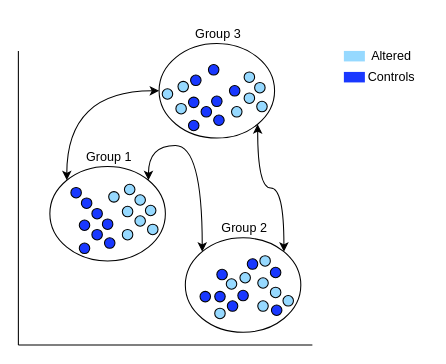
This is images/DEwithinGroups.drawio from josura/SCAPE, a draw.io file, before an edit. Source tidied: cells renumbered, new cells numbered last; positions are measured from the earlier drawing's top-left corner, leaving out a move shared by most shapes. Both pictures are drawn from the tidied source at 105%, with x=0, y=0 at pixel (18, 18).
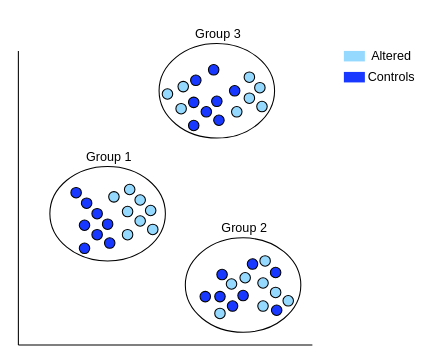
The same diagram, later.

Unchanged cells that the change refers to:
```xml
<mxCell id="4" style="ellipse;whiteSpace=wrap;html=1;fillColor=none;" parent="1" vertex="1">
  <mxGeometry x="30" y="141" width="110" height="90" as="geometry" />
</mxCell>
<mxCell id="29" style="ellipse;whiteSpace=wrap;html=1;fillColor=none;" parent="1" vertex="1">
  <mxGeometry x="159" y="209" width="110" height="90" as="geometry" />
</mxCell>
<mxCell id="47" style="ellipse;whiteSpace=wrap;html=1;fillColor=none;" parent="1" vertex="1">
  <mxGeometry x="134" y="24" width="110" height="90" as="geometry" />
</mxCell>
```

Change to the diagram source:
```diff
@@
-    <mxCell id="2" style="edgeStyle=orthogonalEdgeStyle;curved=1;rounded=0;jettySize=auto;html=1;exitX=1;exitY=0;exitDx=0;exitDy=0;entryX=0;entryY=0;entryDx=0;entryDy=0;startArrow=classic;startFill=1;" parent="1" edge="1" source="4" target="29">
-      <mxGeometry relative="1" as="geometry">
-        <Array as="points">
-          <mxPoint x="124" y="121" />
-          <mxPoint x="175" y="121" />
-        </Array>
-      </mxGeometry>
-    </mxCell>
-    <mxCell id="3" style="edgeStyle=orthogonalEdgeStyle;curved=1;rounded=0;jettySize=auto;html=1;exitX=0;exitY=0;exitDx=0;exitDy=0;entryX=0;entryY=0.5;entryDx=0;entryDy=0;startArrow=classic;startFill=1;" parent="1" edge="1" source="4" target="47">
-      <mxGeometry relative="1" as="geometry" />
-    </mxCell>
@@
-    <mxCell id="28" style="edgeStyle=orthogonalEdgeStyle;curved=1;rounded=0;jettySize=auto;html=1;exitX=1;exitY=0;exitDx=0;exitDy=0;entryX=1;entryY=1;entryDx=0;entryDy=0;startArrow=classic;startFill=1;" parent="1" edge="1" source="29" target="47">
-      <mxGeometry relative="1" as="geometry" />
-    </mxCell>
```
